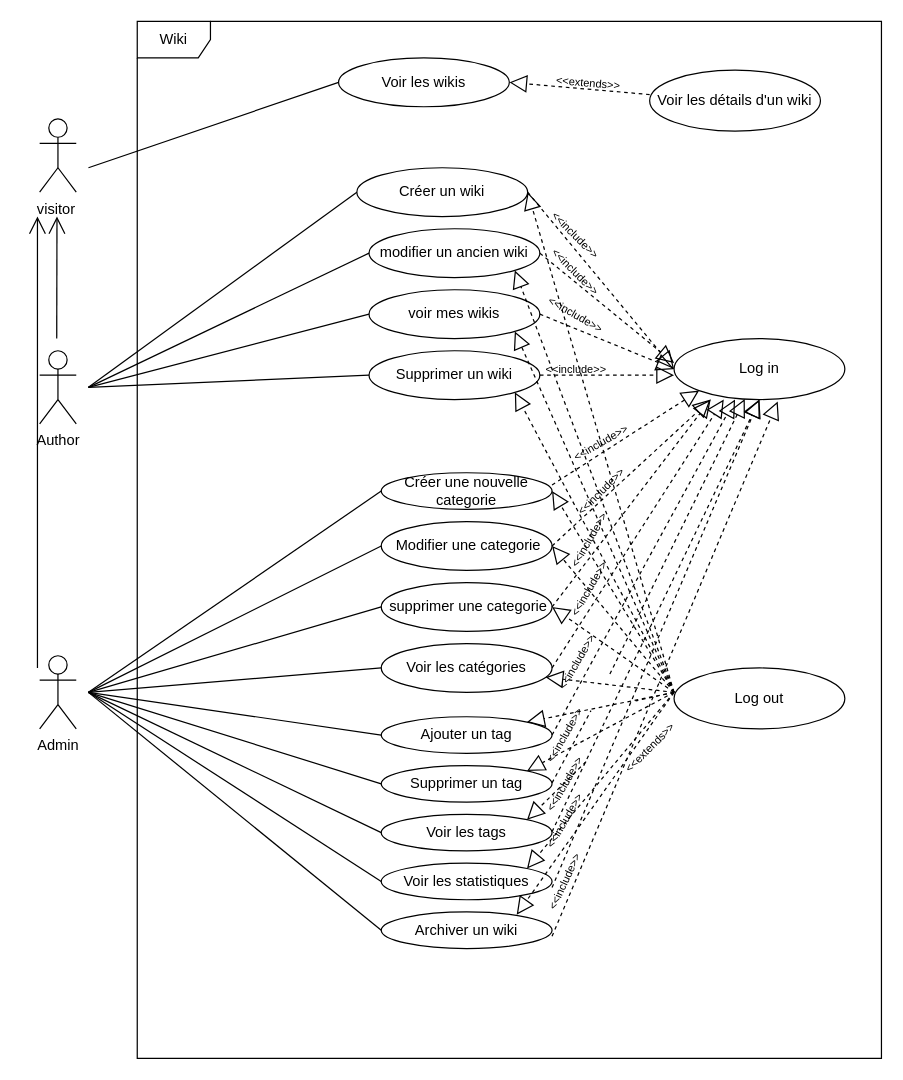
The draw.io diagram UML/UseCasediagramm.drawio in SalBouhamidi/Wiki, before the edit. Source tidied: cells renumbered, new cells numbered last; positions are measured from the earlier drawing's top-left corner, leaving out a move shared by most shapes. Both pictures are drawn from the tidied source at 122%, with x=0, y=0 at pixel (37, 21).
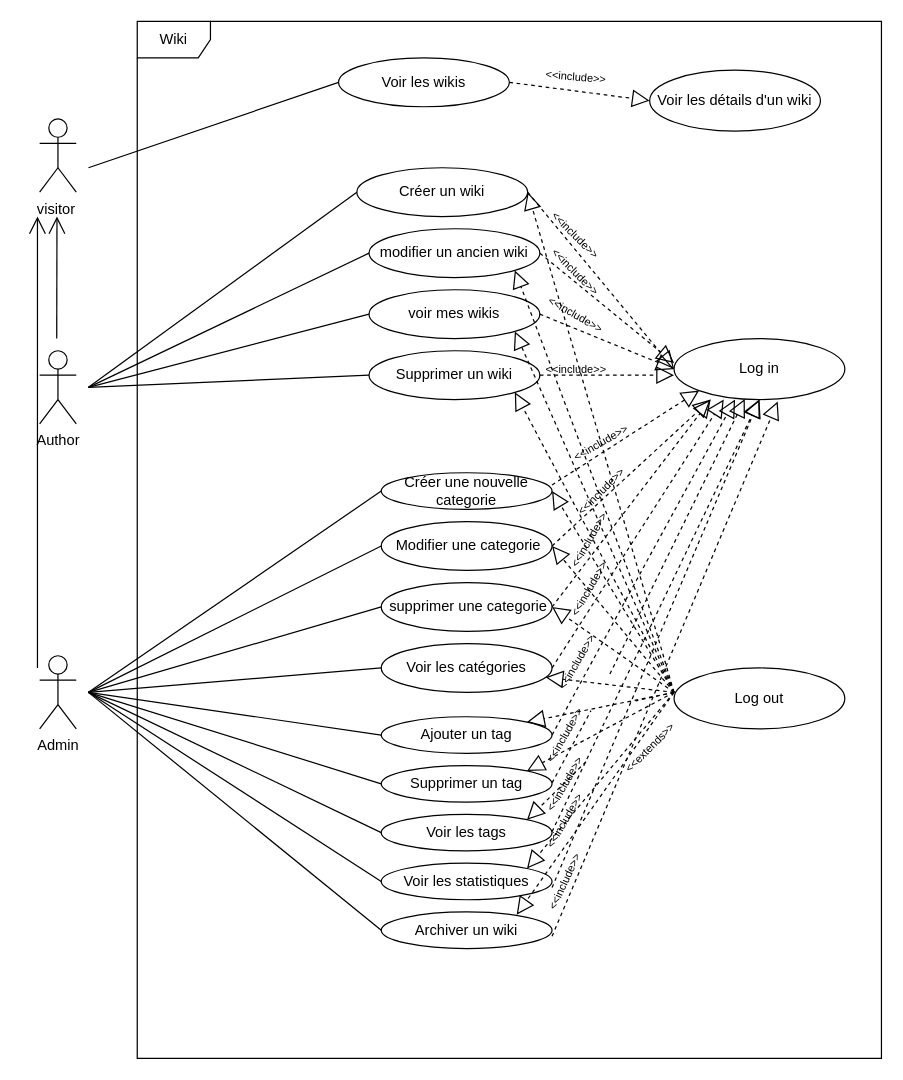
The same diagram, later.

Unchanged cells that the change refers to:
```xml
<mxCell id="6" value="Voir les wikis" style="ellipse;whiteSpace=wrap;html=1;" parent="1" vertex="1">
  <mxGeometry x="247" y="30" width="140" height="40" as="geometry" />
</mxCell>
<mxCell id="23" value="Voir les détails d'un wiki" style="ellipse;whiteSpace=wrap;html=1;" parent="1" vertex="1">
  <mxGeometry x="502" y="40" width="140" height="50" as="geometry" />
</mxCell>
```

Change to the diagram source:
```diff
@@
-    <mxCell id="63" style="endArrow=block;dashed=1;endFill=0;endSize=12;html=1;fontSize=9;entryX=1;entryY=0.5;entryDx=0;entryDy=0;" parent="1" edge="1" target="6">
-      <mxGeometry relative="1" as="geometry">
-        <mxPoint x="502" y="60" as="sourcePoint" />
-      </mxGeometry>
+    <mxCell id="63" style="endArrow=block;dashed=1;endFill=0;endSize=12;html=1;fontSize=9;entryX=0;entryY=0.5;entryDx=0;entryDy=0;exitX=1;exitY=0.5;exitDx=0;exitDy=0;" parent="1" edge="1" source="6" target="23">
+      <mxGeometry relative="1" as="geometry" />
     </mxCell>
-    <mxCell id="64" value="&lt;font style=&quot;font-size: 9px;&quot;&gt;&amp;lt;&amp;lt;extends&amp;gt;&amp;gt;&lt;/font&gt;" style="text;html=1;strokeColor=none;fillColor=none;align=center;verticalAlign=middle;whiteSpace=wrap;rounded=0;rotation=5;" parent="1" vertex="1">
-      <mxGeometry x="422" y="35" width="60" height="30" as="geometry" />
+    <mxCell id="64" value="&lt;font style=&quot;font-size: 9px;&quot;&gt;&amp;lt;&amp;lt;include&amp;gt;&amp;gt;&lt;/font&gt;" style="text;html=1;strokeColor=none;fillColor=none;align=center;verticalAlign=middle;whiteSpace=wrap;rounded=0;rotation=5;" parent="1" vertex="1">
+      <mxGeometry x="412" y="30" width="60" height="30" as="geometry" />
     </mxCell>
```
